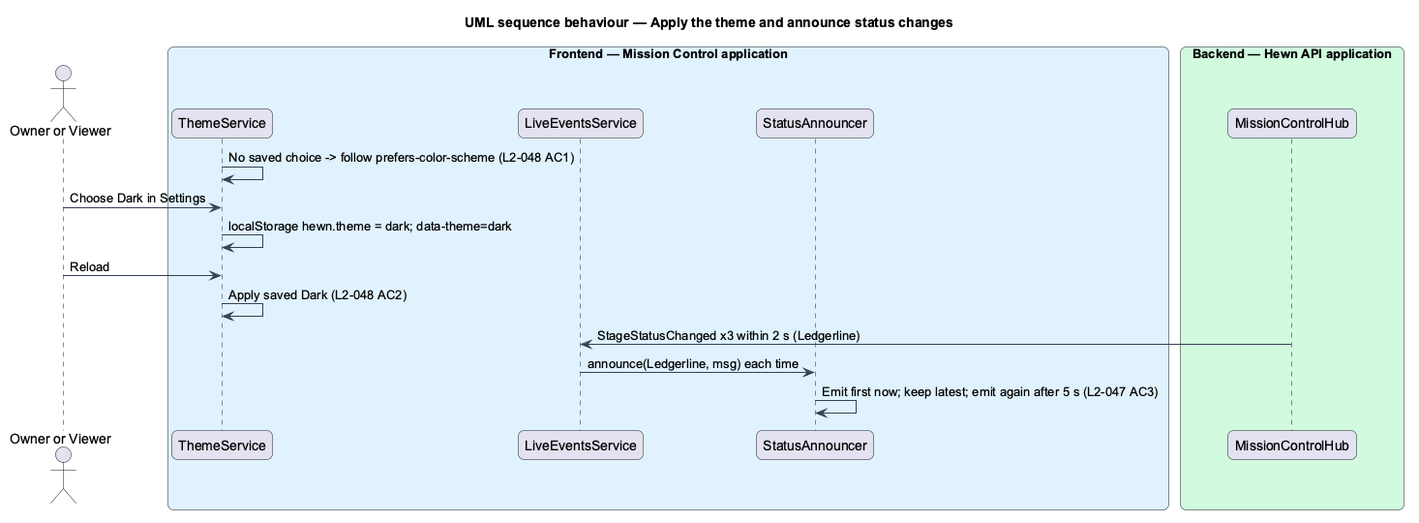
The PlantUML diagram docs/detailed-designs/mission-control/responsive-accessible-ui/diagrams/sequence-theme-and-announce.png in QuinntyneBrown/hewn, before a commit.
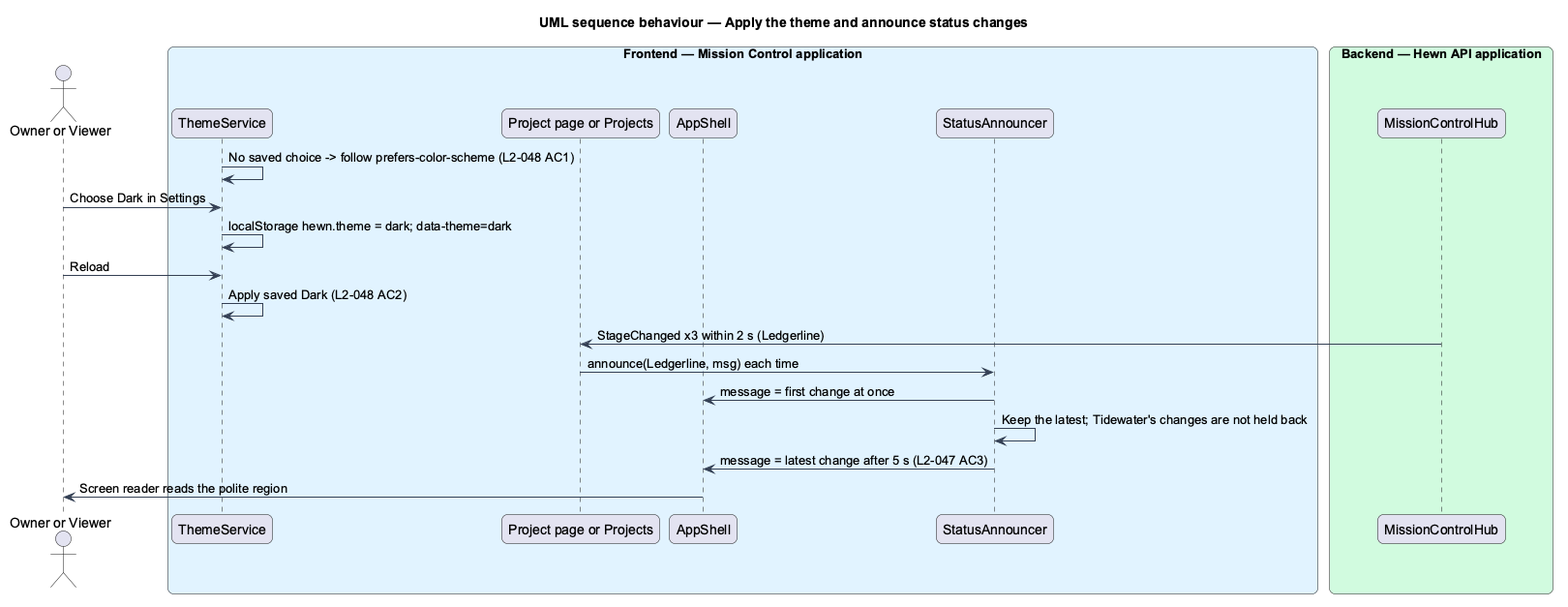
After the change.

What changed in the source:
```diff
@@ -18,7 +18,8 @@
 actor "Owner or Viewer" as user
 box "Frontend — Mission Control application" #E0F2FE
   participant "ThemeService" as theme
-  participant "LiveEventsService" as live
+  participant "Project page or Projects" as live
+  participant "AppShell" as shell
   participant "StatusAnnouncer" as ann
 end box
 box "Backend — Hewn API application" #D1FADF
@@ -29,7 +30,10 @@
 theme -> theme : localStorage hewn.theme = dark; data-theme=dark
 user -> theme : Reload
 theme -> theme : Apply saved Dark (L2-048 AC2)
-hub -> live : StageStatusChanged x3 within 2 s (Ledgerline)
+hub -> live : StageChanged x3 within 2 s (Ledgerline)
 live -> ann : announce(Ledgerline, msg) each time
-ann -> ann : Emit first now; keep latest; emit again after 5 s (L2-047 AC3)
+ann -> shell : message = first change at once
+ann -> ann : Keep the latest; Tidewater's changes are not held back
+ann -> shell : message = latest change after 5 s (L2-047 AC3)
+shell -> user : Screen reader reads the polite region
 @enduml
```
